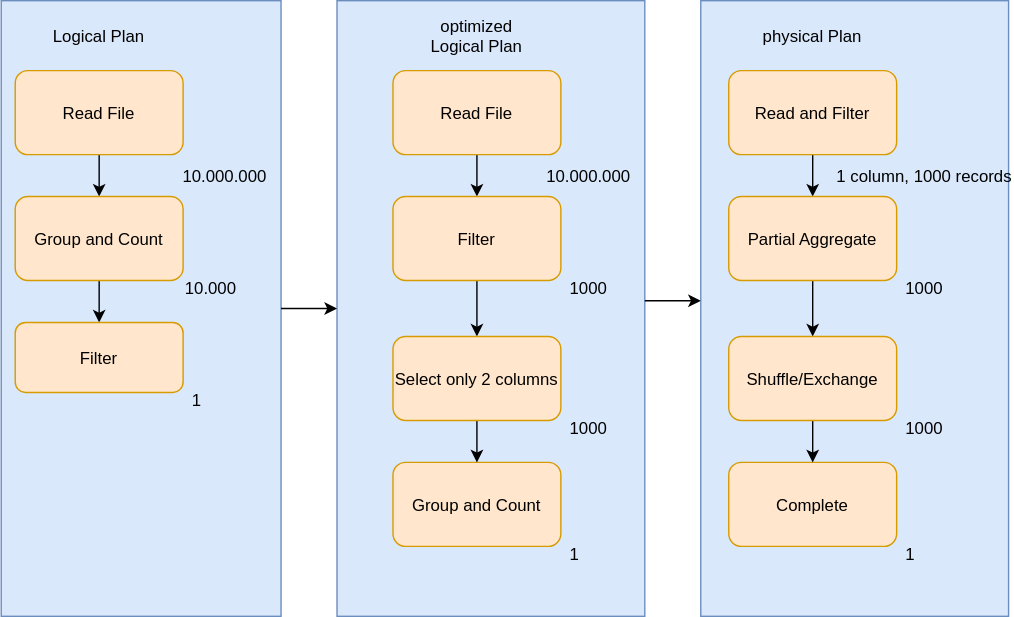
The draw.io diagram course/02-Dataframes/different-concrete-plans.dio.svg in dancier/spark-course, before a commit. Source tidied: cells renumbered, new cells last; positions are measured from the earlier drawing's top-left corner, leaving out a move shared by most shapes.
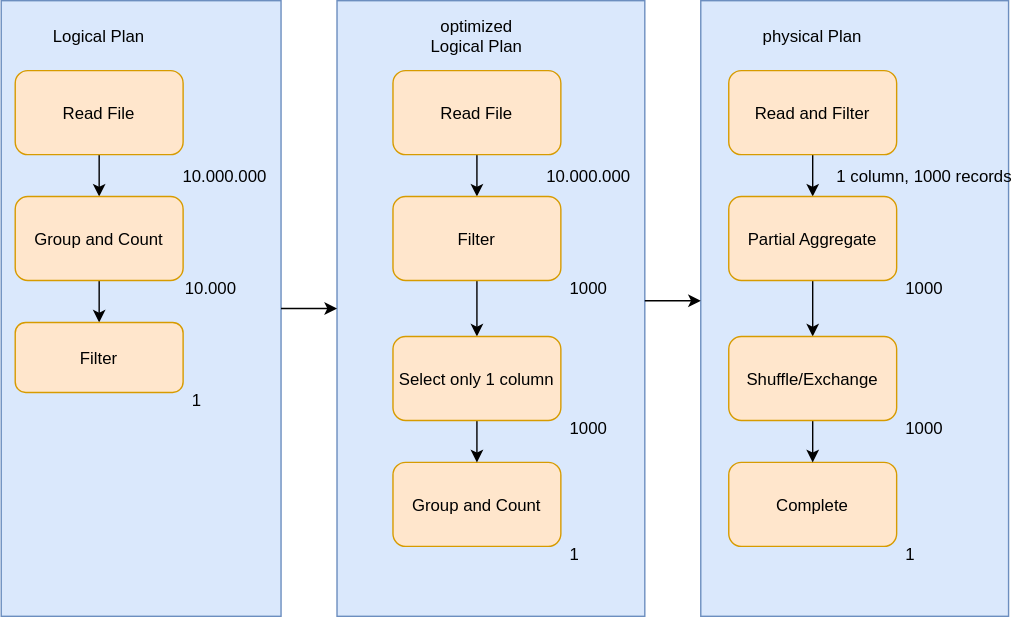
After the change.

The edit, as a diff of the source:
```diff
@@ -65,7 +65,7 @@
     <mxCell id="22" style="edgeStyle=orthogonalEdgeStyle;rounded=0;jettySize=auto;" parent="1" edge="1" source="23" target="16">
       <mxGeometry relative="1" as="geometry" />
     </mxCell>
-    <mxCell id="23" value="Select only 2 columns" style="rounded=1;fillColor=#ffe6cc;strokeColor=#d79b00;" parent="1" vertex="1">
+    <mxCell id="23" value="Select only 1 column" style="rounded=1;fillColor=#ffe6cc;strokeColor=#d79b00;" parent="1" vertex="1">
       <mxGeometry x="280" y="240" width="120" height="60" as="geometry" />
     </mxCell>
     <mxCell id="24" value="1000" style="text;strokeColor=none;fillColor=none;align=center;verticalAlign=middle;rounded=0;" parent="1" vertex="1">
```
